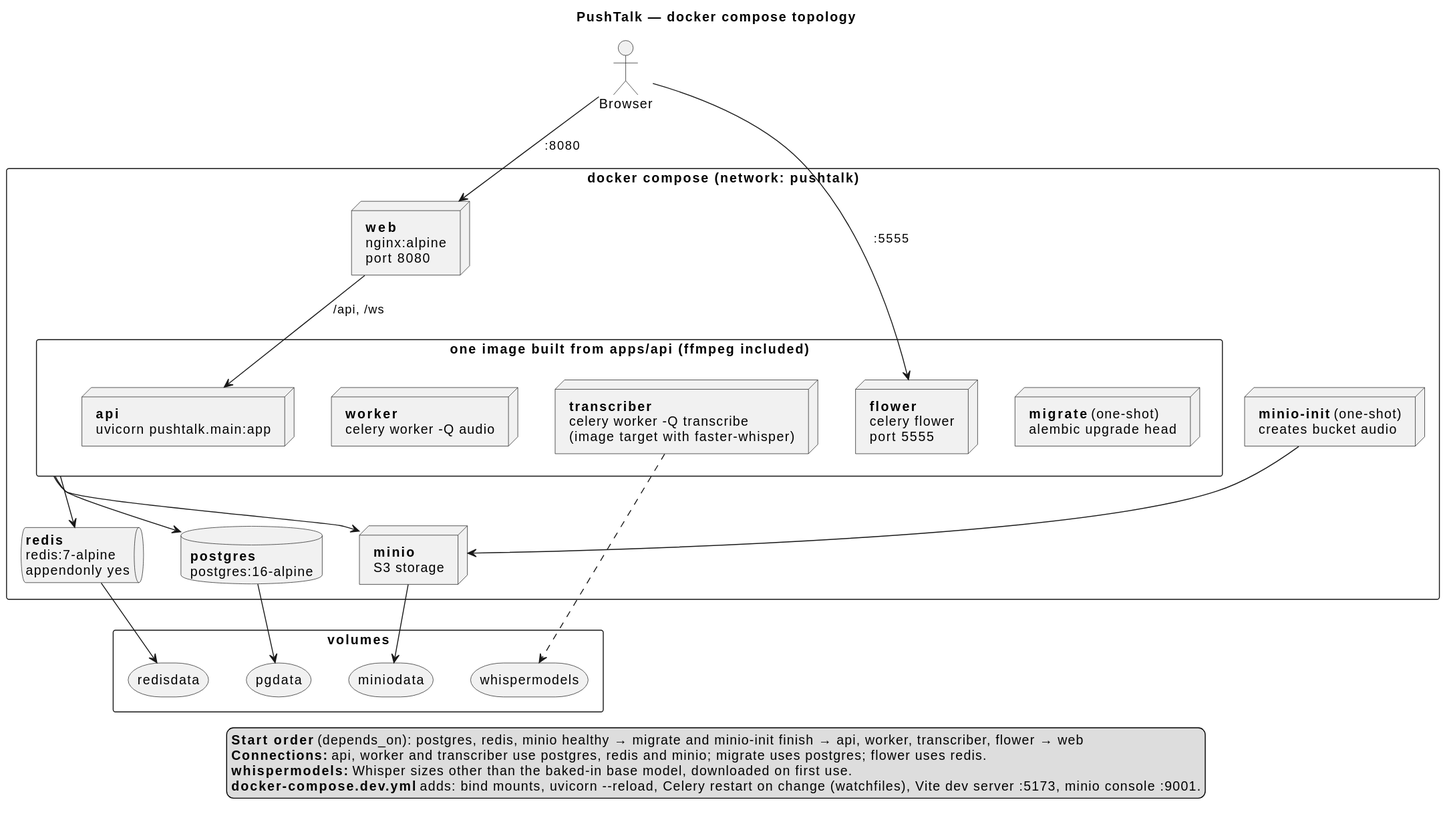
Earlier version of the PlantUML export specs/app-arch/deployment-compose.svg (Salma-Mahmoudd/pushtalk).
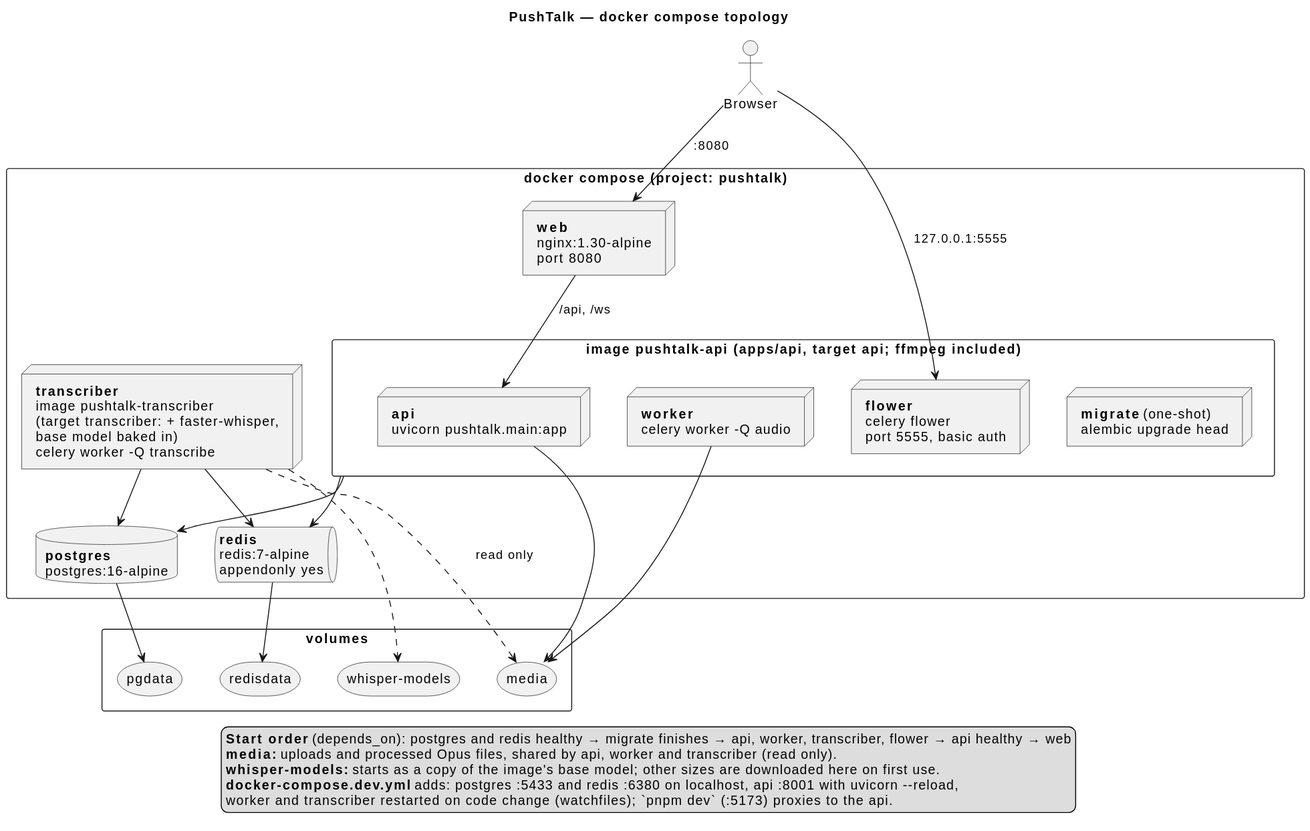
The same file after the commit.

Diff of the diagram source:
```diff
@@ -9,46 +9,47 @@
 
 actor Browser
 
-rectangle "docker compose (network: pushtalk)" {
-  node "**web**\nnginx:alpine\nport 8080" as web
+rectangle "docker compose (project: pushtalk)" {
+  node "**web**\nnginx:1.30-alpine\nport 8080" as web
 
-  rectangle "one image built from apps/api (ffmpeg included)" as img {
+  rectangle "image pushtalk-api (apps/api, target api; ffmpeg included)" as img {
     node "**api**\nuvicorn pushtalk.main:app" as api
     node "**worker**\ncelery worker -Q audio" as worker
-    node "**transcriber**\ncelery worker -Q transcribe\n(image target with faster-whisper)" as transcriber
-    node "**flower**\ncelery flower\nport 5555" as flower
+    node "**flower**\ncelery flower\nport 5555, basic auth" as flower
     node "**migrate** (one-shot)\nalembic upgrade head" as migrate
   }
+  node "**transcriber**\nimage pushtalk-transcriber\n(target transcriber: + faster-whisper,\nbase model baked in)\ncelery worker -Q transcribe" as transcriber
 
   database "**postgres**\npostgres:16-alpine" as pg
   queue "**redis**\nredis:7-alpine\nappendonly yes" as redis
-  node "**minio**\nS3 storage" as minio
-  node "**minio-init** (one-shot)\ncreates bucket audio" as minioinit
 }
 
 rectangle "volumes" {
   storage pgdata
   storage redisdata
-  storage miniodata
-  storage whispermodels
+  storage media
+  storage "whisper-models" as whispermodels
 }
 
 Browser --> web : :8080
-Browser --> flower : :5555
+Browser --> flower : 127.0.0.1:5555
 web --> api : /api, /ws
 img --> pg
 img --> redis
-img --> minio
-minioinit --> minio
+transcriber --> pg
+transcriber --> redis
+api --> media
+worker --> media
+transcriber ..> media : read only
 pg --> pgdata
 redis --> redisdata
-minio --> miniodata
 transcriber ..> whispermodels
 
 legend bottom
-  **Start order** (depends_on): postgres, redis, minio healthy → migrate and minio-init finish → api, worker, transcriber, flower → web
-  **Connections:** api, worker and transcriber use postgres, redis and minio; migrate uses postgres; flower uses redis.
-  **whispermodels:** Whisper sizes other than the baked-in base model, downloaded on first use.
-  **docker-compose.dev.yml** adds: bind mounts, uvicorn --reload, Celery restart on change (watchfiles), Vite dev server :5173, minio console :9001.
+  **Start order** (depends_on): postgres and redis healthy → migrate finishes → api, worker, transcriber, flower → api healthy → web
+  **media:** uploads and processed Opus files, shared by api, worker and transcriber (read only).
+  **whisper-models:** starts as a copy of the image's base model; other sizes are downloaded here on first use.
+  **docker-compose.dev.yml** adds: postgres :5433 and redis :6380 on localhost, api :8001 with uvicorn --reload,
+  worker and transcriber restarted on code change (watchfiles); `pnpm dev` (:5173) proxies to the api.
 endlegend
 @enduml
```
